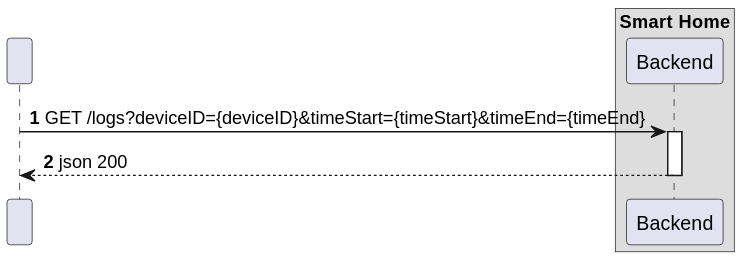
Earlier version of the PlantUML export docs/C4_4plus1_models/Level2/ProcessView/ProcessViewLevel2_UC11_v1.svg (moutajDev/smarthome). Source of this version:
```plantuml
@startuml

!pragma layout smetana

autonumber

participant " " as HTTP
box "Smart Home"
    participant "Backend" as BE
end box


HTTP -> BE : GET /logs?deviceID={deviceID}&timeStart={timeStart}&timeEnd={timeEnd}
activate BE

BE --> HTTP : json 200
deactivate BE
@enduml
```
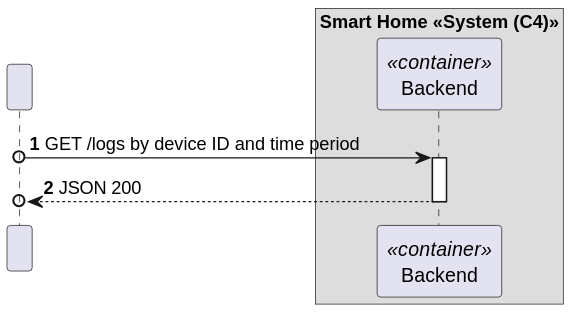
The same diagram one commit later.

Change to the diagram source:
```diff
@@ -5,14 +5,14 @@
 autonumber
 
 participant " " as HTTP
-box "Smart Home"
-    participant "Backend" as BE
+box "Smart Home <<System (C4)>>"
+    participant "Backend" as BE<<container>>
 end box
 
 
-HTTP -> BE : GET /logs?deviceID={deviceID}&timeStart={timeStart}&timeEnd={timeEnd}
+HTTP o-> BE : GET /logs by device ID and time period
 activate BE
 
-BE --> HTTP : json 200
+BE -->o HTTP : JSON 200
 deactivate BE
 @enduml
```
